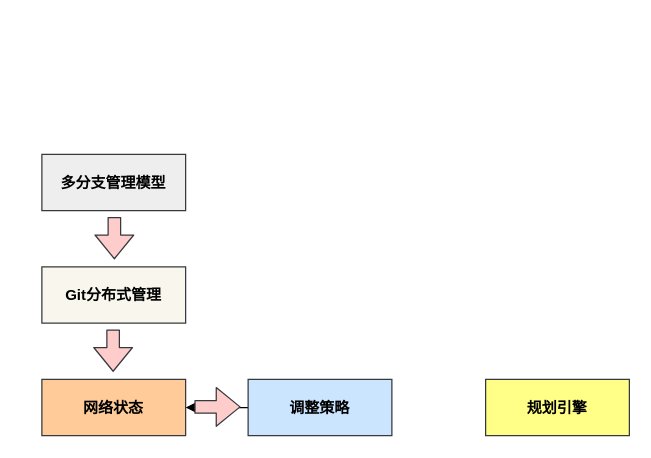
Earlier version of the draw.io diagram Untitled Diagram.drawio (mhp8338/diagram). Source tidied: cells renumbered, new cells numbered last; positions are measured from the earlier drawing's top-left corner, leaving out a move shared by most shapes. Both pictures are drawn from the tidied source at 125%, with x=0, y=0 at pixel (41, 154).
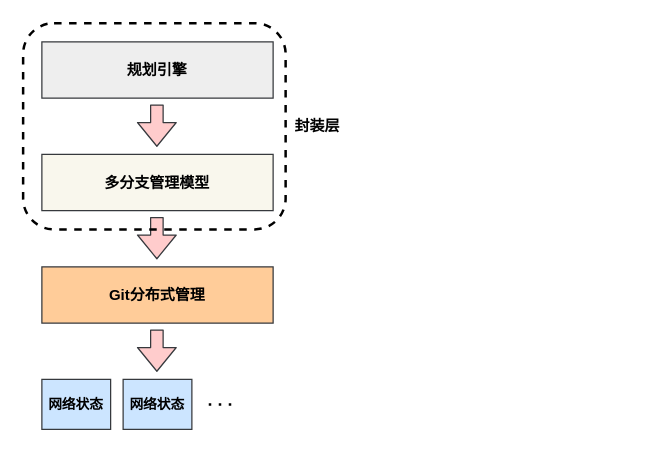
Above is the later version.

Change to the diagram source:
```diff
@@
 <mxGraphModel>
   <root>
     <mxCell id="0" />
     <mxCell id="1" parent="0" />
-    <mxCell id="2" value="&lt;b&gt;网络状态&lt;/b&gt;" style="rounded=0;whiteSpace=wrap;html=1;fillColor=#ffcc99;strokeColor=#36393d;" parent="1" vertex="1">
-      <mxGeometry y="180" width="115" height="45" as="geometry" />
+    <mxCell id="2" value="&lt;b&gt;&lt;font style=&quot;font-size: 11px&quot;&gt;网络状态&lt;/font&gt;&lt;/b&gt;" style="rounded=0;whiteSpace=wrap;html=1;fillColor=#cce5ff;strokeColor=#36393d;" parent="1" vertex="1">
+      <mxGeometry y="180" width="55" height="40" as="geometry" />
     </mxCell>
-    <mxCell id="3" value="&lt;b&gt;Git分布式管理&lt;/b&gt;" style="rounded=0;whiteSpace=wrap;html=1;fillColor=#f9f7ed;strokeColor=#36393d;" parent="1" vertex="1">
-      <mxGeometry y="90" width="115" height="45" as="geometry" />
+    <mxCell id="3" value="&lt;b&gt;Git分布式管理&lt;/b&gt;" style="rounded=0;whiteSpace=wrap;html=1;fillColor=#ffcc99;strokeColor=#36393d;" parent="1" vertex="1">
+      <mxGeometry y="90" width="185" height="45" as="geometry" />
     </mxCell>
-    <mxCell id="4" value="&lt;b&gt;多分支管理模型&lt;/b&gt;" style="rounded=0;whiteSpace=wrap;html=1;fillColor=#eeeeee;strokeColor=#36393d;" parent="1" vertex="1">
-      <mxGeometry width="115" height="45" as="geometry" />
+    <mxCell id="4" value="&lt;b&gt;多分支管理模型&lt;/b&gt;" style="rounded=0;whiteSpace=wrap;html=1;fillColor=#f9f7ed;strokeColor=#36393d;" parent="1" vertex="1">
+      <mxGeometry width="185" height="45" as="geometry" />
     </mxCell>
-    <mxCell id="5" value="&lt;b&gt;规划引擎&lt;/b&gt;" style="rounded=0;whiteSpace=wrap;html=1;fillColor=#ffff88;strokeColor=#36393d;" parent="1" vertex="1">
-      <mxGeometry x="355" y="180" width="115" height="45" as="geometry" />
-    </mxCell>
-    <mxCell id="6" style="edgeStyle=orthogonalEdgeStyle;rounded=0;jettySize=auto;html=1;" parent="1" edge="1" source="7" target="2">
-      <mxGeometry relative="1" as="geometry" />
-    </mxCell>
-    <mxCell id="7" value="&lt;b&gt;调整策略&lt;/b&gt;" style="rounded=0;whiteSpace=wrap;html=1;fillColor=#cce5ff;strokeColor=#36393d;" parent="1" vertex="1">
-      <mxGeometry x="165" y="180" width="115" height="45" as="geometry" />
-    </mxCell>
     <mxCell id="8" style="shape=flexArrow;endArrow=classic;html=1;fillColor=#ffcccc;strokeColor=#36393d;" parent="1" edge="1">
       <mxGeometry relative="1" as="geometry">
-        <mxPoint x="58" y="50" as="sourcePoint" />
-        <mxPoint x="58" y="84" as="targetPoint" />
+        <mxPoint x="92" y="50" as="sourcePoint" />
+        <mxPoint x="92" y="84" as="targetPoint" />
       </mxGeometry>
     </mxCell>
     <mxCell id="9" style="shape=flexArrow;endArrow=classic;html=1;fillColor=#ffcccc;strokeColor=#36393d;" parent="1" edge="1">
       <mxGeometry relative="1" as="geometry">
-        <mxPoint x="57" y="140" as="sourcePoint" />
-        <mxPoint x="57" y="174" as="targetPoint" />
+        <mxPoint x="92" y="140" as="sourcePoint" />
+        <mxPoint x="92" y="174" as="targetPoint" />
       </mxGeometry>
     </mxCell>
-    <mxCell id="10" style="shape=flexArrow;endArrow=classic;html=1;fillColor=#ffcccc;strokeColor=#36393d;" parent="1" edge="1">
-      <mxGeometry relative="1" as="geometry">
-        <mxPoint x="122" y="202" as="sourcePoint" />
-        <mxPoint x="159" y="202" as="targetPoint" />
-      </mxGeometry>
-    </mxCell>
+    <mxCell id="5" value="&lt;b&gt;规划引擎&lt;/b&gt;" style="rounded=0;whiteSpace=wrap;html=1;fillColor=#eeeeee;strokeColor=#36393d;" parent="1" vertex="1">
+      <mxGeometry y="-90" width="185" height="45" as="geometry" />
+    </mxCell>
+    <mxCell id="11" style="shape=flexArrow;endArrow=classic;html=1;fillColor=#ffcccc;strokeColor=#36393d;" parent="1" edge="1">
+      <mxGeometry relative="1" as="geometry">
+        <mxPoint x="92" y="-40" as="sourcePoint" />
+        <mxPoint x="92" y="-6" as="targetPoint" />
+      </mxGeometry>
+    </mxCell>
+    <mxCell id="12" value="&lt;b&gt;&lt;font style=&quot;font-size: 11px&quot;&gt;网络状态&lt;/font&gt;&lt;/b&gt;" style="rounded=0;whiteSpace=wrap;html=1;fillColor=#cce5ff;strokeColor=#36393d;" parent="1" vertex="1">
+      <mxGeometry x="65" y="180" width="55" height="40" as="geometry" />
+    </mxCell>
+    <mxCell id="13" style="endArrow=none;dashed=1;html=1;dashPattern=1 3;strokeWidth=2;" parent="1" edge="1">
+      <mxGeometry relative="1" as="geometry">
+        <mxPoint x="133.5" y="200" as="sourcePoint" />
+        <mxPoint x="155" y="200" as="targetPoint" />
+      </mxGeometry>
+    </mxCell>
+    <mxCell id="14" style="rounded=1;whiteSpace=wrap;html=1;glass=0;dashed=1;strokeWidth=2;fillColor=none;gradientColor=none;" parent="1" vertex="1">
+      <mxGeometry x="-15" y="-105" width="210" height="165" as="geometry" />
+    </mxCell>
+    <mxCell id="15" value="&lt;b&gt;封装层&lt;/b&gt;" style="text;html=1;align=center;verticalAlign=middle;" parent="1" vertex="1">
+      <mxGeometry x="195" y="-32.5" width="50" height="20" as="geometry" />
+    </mxCell>
   </root>
 </mxGraphModel>
```
